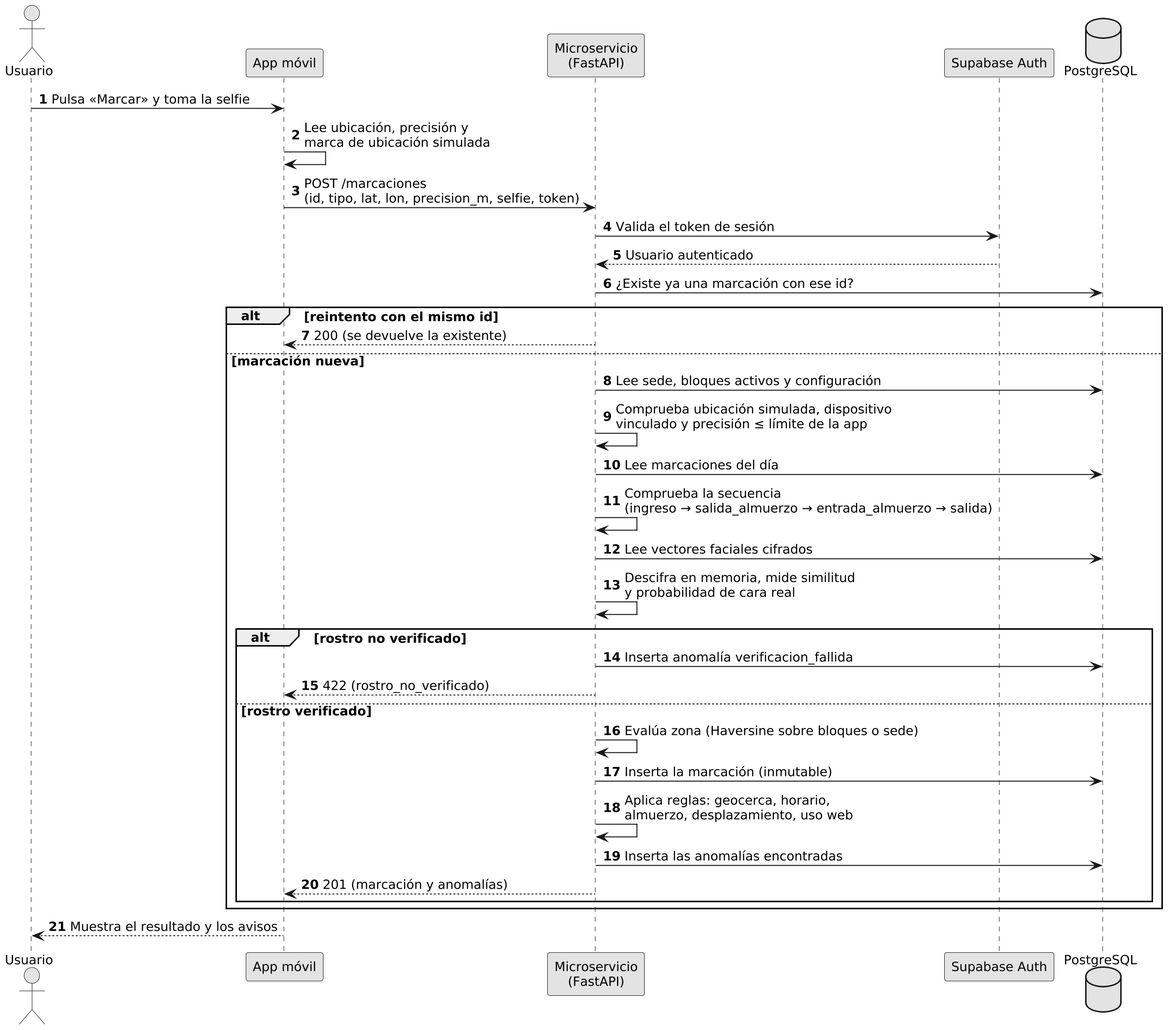
Before: docs/tesis/capitulo4/F3_secuencia_en_linea.png, a diagram exported from PlantUML (susisalan-maker/sistema-asistencia-unemi).
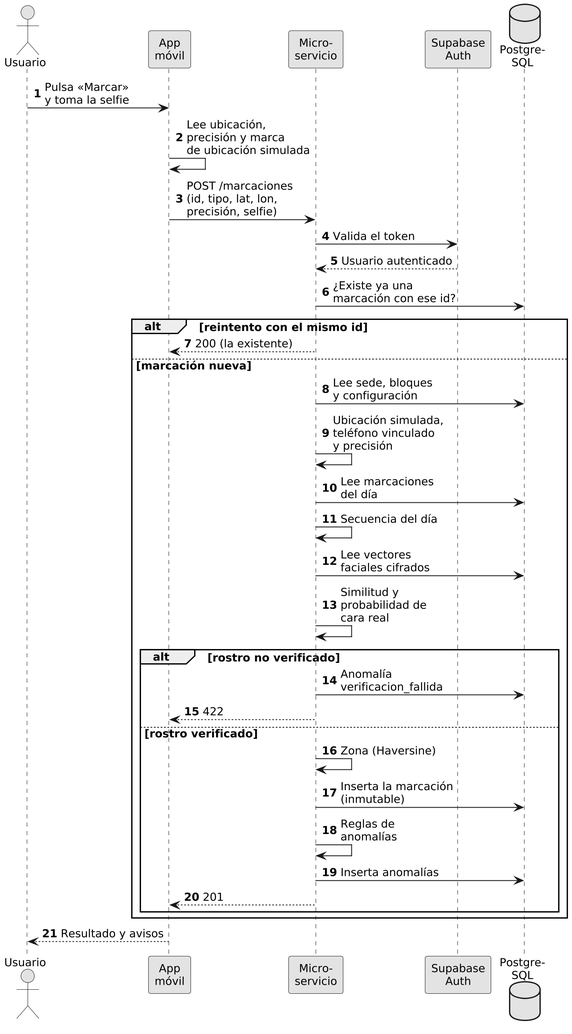
After the change.

What changed in the source:
```diff
@@ -1,42 +1,39 @@
 @startuml
-skinparam monochrome true
-skinparam shadowing false
-skinparam defaultFontName "DejaVu Sans"
-skinparam defaultFontSize 13
-skinparam dpi 200
+!include comun.iuml
 skinparam sequenceMessageAlign left
+skinparam maxMessageSize 210
 autonumber
 actor "Usuario" as U
-participant "App móvil" as App
-participant "Microservicio\n(FastAPI)" as MS
-participant "Supabase Auth" as Auth
-database "PostgreSQL" as DB
+participant "App\nmóvil" as App
+participant "Micro-\nservicio" as MS
+participant "Supabase\nAuth" as Auth
+database "Postgre-\nSQL" as DB
 
-U -> App : Pulsa «Marcar» y toma la selfie
-App -> App : Lee ubicación, precisión y\nmarca de ubicación simulada
-App -> MS : POST /marcaciones\n(id, tipo, lat, lon, precision_m, selfie, token)
-MS -> Auth : Valida el token de sesión
+U -> App : Pulsa «Marcar»\ny toma la selfie
+App -> App : Lee ubicación,\nprecisión y marca\nde ubicación simulada
+App -> MS : POST /marcaciones\n(id, tipo, lat, lon,\nprecisión, selfie)
+MS -> Auth : Valida el token
 Auth --> MS : Usuario autenticado
-MS -> DB : ¿Existe ya una marcación con ese id?
+MS -> DB : ¿Existe ya una\nmarcación con ese id?
 alt reintento con el mismo id
-  MS --> App : 200 (se devuelve la existente)
+  MS --> App : 200 (la existente)
 else marcación nueva
-  MS -> DB : Lee sede, bloques activos y configuración
-  MS -> MS : Comprueba ubicación simulada, dispositivo\nvinculado y precisión ≤ límite de la app
-  MS -> DB : Lee marcaciones del día
-  MS -> MS : Comprueba la secuencia\n(ingreso → salida_almuerzo → entrada_almuerzo → salida)
-  MS -> DB : Lee vectores faciales cifrados
-  MS -> MS : Descifra en memoria, mide similitud\ny probabilidad de cara real
+  MS -> DB : Lee sede, bloques\ny configuración
+  MS -> MS : Ubicación simulada,\nteléfono vinculado\ny precisión
+  MS -> DB : Lee marcaciones\ndel día
+  MS -> MS : Secuencia del día
+  MS -> DB : Lee vectores\nfaciales cifrados
+  MS -> MS : Similitud y\nprobabilidad de\ncara real
   alt rostro no verificado
-    MS -> DB : Inserta anomalía verificacion_fallida
-    MS --> App : 422 (rostro_no_verificado)
+    MS -> DB : Anomalía\nverificacion_fallida
+    MS --> App : 422
   else rostro verificado
-    MS -> MS : Evalúa zona (Haversine sobre bloques o sede)
-    MS -> DB : Inserta la marcación (inmutable)
-    MS -> MS : Aplica reglas: geocerca, horario,\nalmuerzo, desplazamiento, uso web
-    MS -> DB : Inserta las anomalías encontradas
-    MS --> App : 201 (marcación y anomalías)
+    MS -> MS : Zona (Haversine)
+    MS -> DB : Inserta la marcación\n(inmutable)
+    MS -> MS : Reglas de\nanomalías
+    MS -> DB : Inserta anomalías
+    MS --> App : 201
   end
 end
-App --> U : Muestra el resultado y los avisos
+App --> U : Resultado y avisos
 @enduml
```
